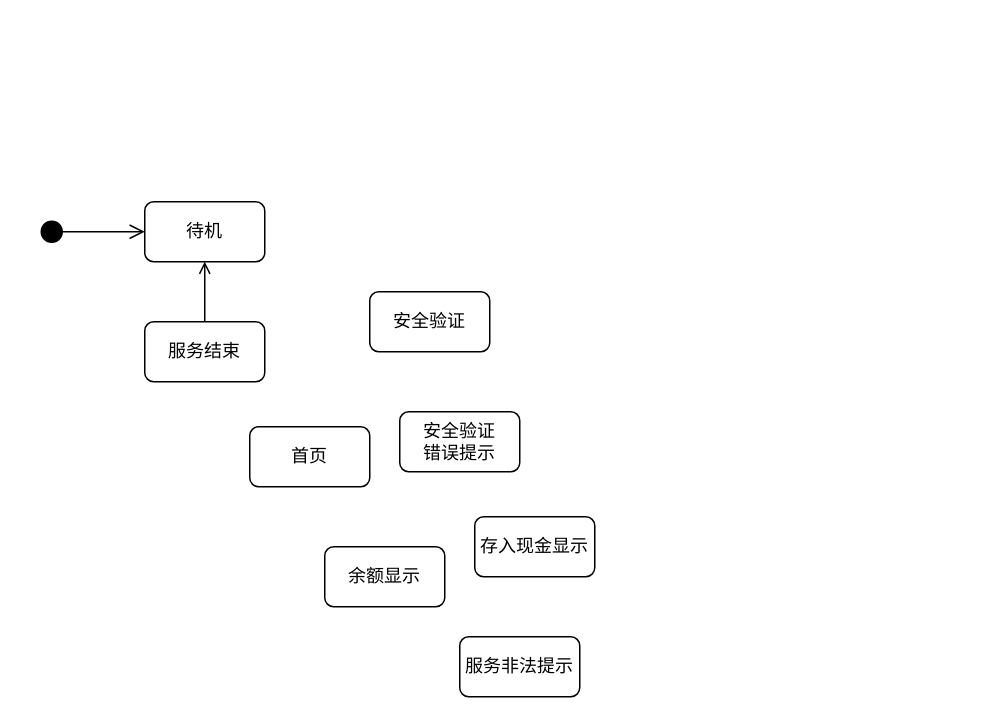
This is page "状态图" (4 of 4) of hw5/src/pic/Analysis.drawio from MojoisMojo/nju_-se2, a draw.io file, before an edit. Source tidied: cells renumbered, new cells numbered last; positions are measured from the earlier drawing's top-left corner, leaving out a move shared by most shapes. Both pictures are drawn from the tidied source at 150%, with x=0, y=0 at pixel (39, 201).
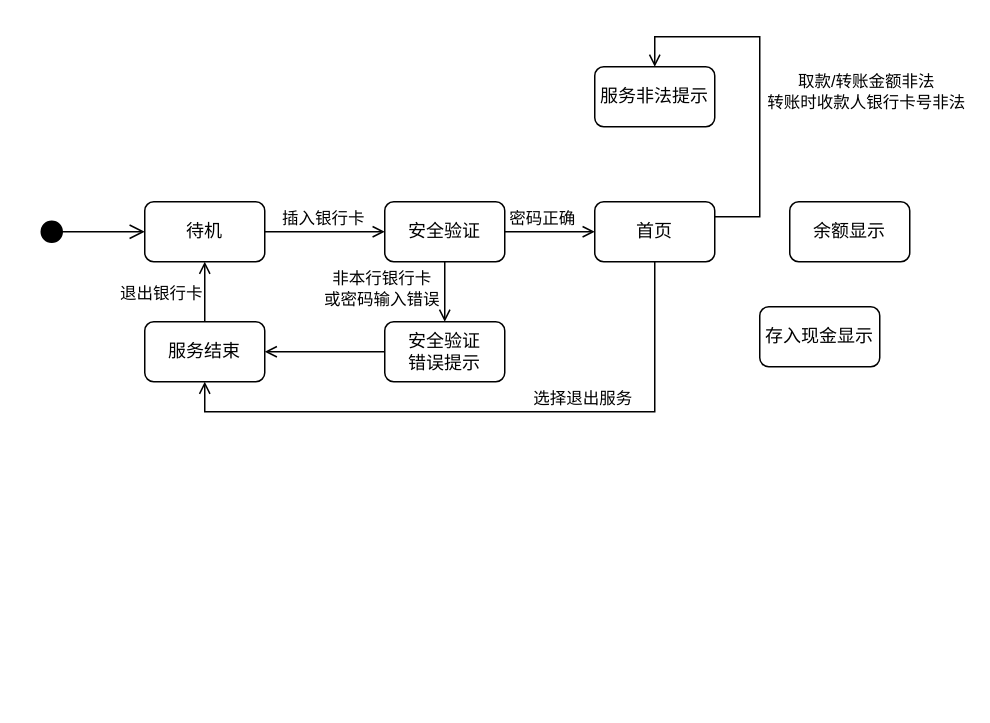
After the change.

The change refers to these unchanged cells:
```xml
<mxCell id="2" value="待机" style="rounded=1;whiteSpace=wrap;html=1;" parent="1" vertex="1">
  <mxGeometry x="70" width="80" height="40" as="geometry" />
</mxCell>
<mxCell id="9" style="edgeStyle=orthogonalEdgeStyle;rounded=0;jettySize=auto;html=1;endArrow=open;endFill=0;" parent="1" edge="1" source="10" target="2">
  <mxGeometry relative="1" as="geometry" />
</mxCell>
<mxCell id="10" value="服务结束" style="rounded=1;whiteSpace=wrap;html=1;" parent="1" vertex="1">
  <mxGeometry x="70" y="80" width="80" height="40" as="geometry" />
</mxCell>
```

Diff of the diagram source:
```diff
@@
+    <mxCell id="12" style="edgeStyle=orthogonalEdgeStyle;rounded=0;jettySize=auto;html=1;strokeColor=default;align=center;verticalAlign=middle;fontFamily=Helvetica;fontSize=11;fontColor=default;labelBackgroundColor=default;endArrow=open;endFill=0;" parent="1" edge="1" source="2" target="3">
+      <mxGeometry relative="1" as="geometry" />
+    </mxCell>
+    <mxCell id="13" value="插入银行卡" style="edgeLabel;html=1;align=center;verticalAlign=middle;fontFamily=Helvetica;fontSize=11;fontColor=default;labelBackgroundColor=default;" parent="12" vertex="1">
+      <mxGeometry x="-0.16" y="1" relative="1" as="geometry">
+        <mxPoint x="4" y="-9" as="offset" />
+      </mxGeometry>
+    </mxCell>
@@
+    <mxCell id="14" style="edgeStyle=orthogonalEdgeStyle;rounded=0;jettySize=auto;html=1;strokeColor=default;align=center;verticalAlign=middle;fontFamily=Helvetica;fontSize=11;fontColor=default;labelBackgroundColor=default;endArrow=open;endFill=0;" parent="1" edge="1" source="3" target="5">
+      <mxGeometry relative="1" as="geometry" />
+    </mxCell>
+    <mxCell id="15" value="非本行银行卡&lt;div&gt;或密码输入错误&lt;/div&gt;" style="edgeLabel;html=1;align=center;verticalAlign=middle;fontFamily=Helvetica;fontSize=11;fontColor=default;labelBackgroundColor=default;" parent="14" vertex="1">
+      <mxGeometry x="-0.23" relative="1" as="geometry">
+        <mxPoint x="-43" y="2" as="offset" />
+      </mxGeometry>
+    </mxCell>
+    <mxCell id="16" style="edgeStyle=orthogonalEdgeStyle;rounded=0;jettySize=auto;html=1;strokeColor=default;align=center;verticalAlign=middle;fontFamily=Helvetica;fontSize=11;fontColor=default;labelBackgroundColor=default;endArrow=open;endFill=0;" parent="1" edge="1" source="3" target="4">
+      <mxGeometry relative="1" as="geometry" />
+    </mxCell>
+    <mxCell id="17" value="密码正确" style="edgeLabel;html=1;align=center;verticalAlign=middle;fontFamily=Helvetica;fontSize=11;fontColor=default;labelBackgroundColor=default;" parent="16" vertex="1">
+      <mxGeometry x="-0.2" y="1" relative="1" as="geometry">
+        <mxPoint y="-9" as="offset" />
+      </mxGeometry>
+    </mxCell>
     <mxCell id="3" value="安全验证" style="rounded=1;whiteSpace=wrap;html=1;" parent="1" vertex="1">
-      <mxGeometry x="220" y="60" width="80" height="40" as="geometry" />
+      <mxGeometry x="230" width="80" height="40" as="geometry" />
     </mxCell>
+    <mxCell id="18" style="edgeStyle=orthogonalEdgeStyle;rounded=0;jettySize=auto;html=1;strokeColor=default;align=center;verticalAlign=middle;fontFamily=Helvetica;fontSize=11;fontColor=default;labelBackgroundColor=default;endArrow=open;endFill=0;" parent="1" edge="1" source="4" target="10">
+      <mxGeometry relative="1" as="geometry">
+        <Array as="points">
+          <mxPoint x="410" y="140" />
+          <mxPoint x="110" y="140" />
+        </Array>
+      </mxGeometry>
+    </mxCell>
+    <mxCell id="19" value="选择退出服务" style="edgeLabel;html=1;align=center;verticalAlign=middle;fontFamily=Helvetica;fontSize=11;fontColor=default;labelBackgroundColor=default;" parent="18" vertex="1">
+      <mxGeometry x="0.23" y="1" relative="1" as="geometry">
+        <mxPoint x="109" y="-11" as="offset" />
+      </mxGeometry>
+    </mxCell>
+    <mxCell id="20" style="edgeStyle=orthogonalEdgeStyle;rounded=0;jettySize=auto;html=1;strokeColor=default;align=center;verticalAlign=middle;fontFamily=Helvetica;fontSize=11;fontColor=default;labelBackgroundColor=default;endArrow=open;endFill=0;" parent="1" edge="1" source="4" target="8">
+      <mxGeometry relative="1" as="geometry">
+        <Array as="points">
+          <mxPoint x="480" y="10" />
+          <mxPoint x="480" y="-110" />
+          <mxPoint x="410" y="-110" />
+        </Array>
+      </mxGeometry>
+    </mxCell>
+    <mxCell id="21" value="取款/转账金额非法&lt;div&gt;转账时收款人银行卡号非法&lt;/div&gt;" style="edgeLabel;html=1;align=center;verticalAlign=middle;fontFamily=Helvetica;fontSize=11;fontColor=default;labelBackgroundColor=default;" parent="20" vertex="1">
+      <mxGeometry x="-0.05" relative="1" as="geometry">
+        <mxPoint x="70" as="offset" />
+      </mxGeometry>
+    </mxCell>
     <mxCell id="4" value="首页" style="rounded=1;whiteSpace=wrap;html=1;" parent="1" vertex="1">
-      <mxGeometry x="140" y="150" width="80" height="40" as="geometry" />
+      <mxGeometry x="370" width="80" height="40" as="geometry" />
     </mxCell>
+    <mxCell id="22" style="edgeStyle=orthogonalEdgeStyle;rounded=0;jettySize=auto;html=1;strokeColor=default;align=center;verticalAlign=middle;fontFamily=Helvetica;fontSize=11;fontColor=default;labelBackgroundColor=default;endArrow=open;endFill=0;" parent="1" edge="1" source="5" target="10">
+      <mxGeometry relative="1" as="geometry" />
+    </mxCell>
     <mxCell id="5" value="安全验证&lt;div&gt;错误提示&lt;/div&gt;" style="rounded=1;whiteSpace=wrap;html=1;" parent="1" vertex="1">
-      <mxGeometry x="240" y="140" width="80" height="40" as="geometry" />
+      <mxGeometry x="230" y="80" width="80" height="40" as="geometry" />
     </mxCell>
     <mxCell id="6" value="余额显示" style="rounded=1;whiteSpace=wrap;html=1;" parent="1" vertex="1">
-      <mxGeometry x="190" y="230" width="80" height="40" as="geometry" />
+      <mxGeometry x="500" width="80" height="40" as="geometry" />
     </mxCell>
     <mxCell id="7" value="存入现金显示" style="rounded=1;whiteSpace=wrap;html=1;" parent="1" vertex="1">
-      <mxGeometry x="290" y="210" width="80" height="40" as="geometry" />
+      <mxGeometry x="480" y="70" width="80" height="40" as="geometry" />
     </mxCell>
     <mxCell id="8" value="服务非法提示" style="rounded=1;whiteSpace=wrap;html=1;" parent="1" vertex="1">
-      <mxGeometry x="280" y="290" width="80" height="40" as="geometry" />
+      <mxGeometry x="370" y="-90" width="80" height="40" as="geometry" />
     </mxCell>
@@
+    <mxCell id="23" value="退出银行卡" style="edgeLabel;html=1;align=center;verticalAlign=middle;fontFamily=Helvetica;fontSize=11;fontColor=default;labelBackgroundColor=default;" parent="9" vertex="1">
+      <mxGeometry x="-0.09" relative="1" as="geometry">
+        <mxPoint x="-30" y="-2" as="offset" />
+      </mxGeometry>
+    </mxCell>
```
